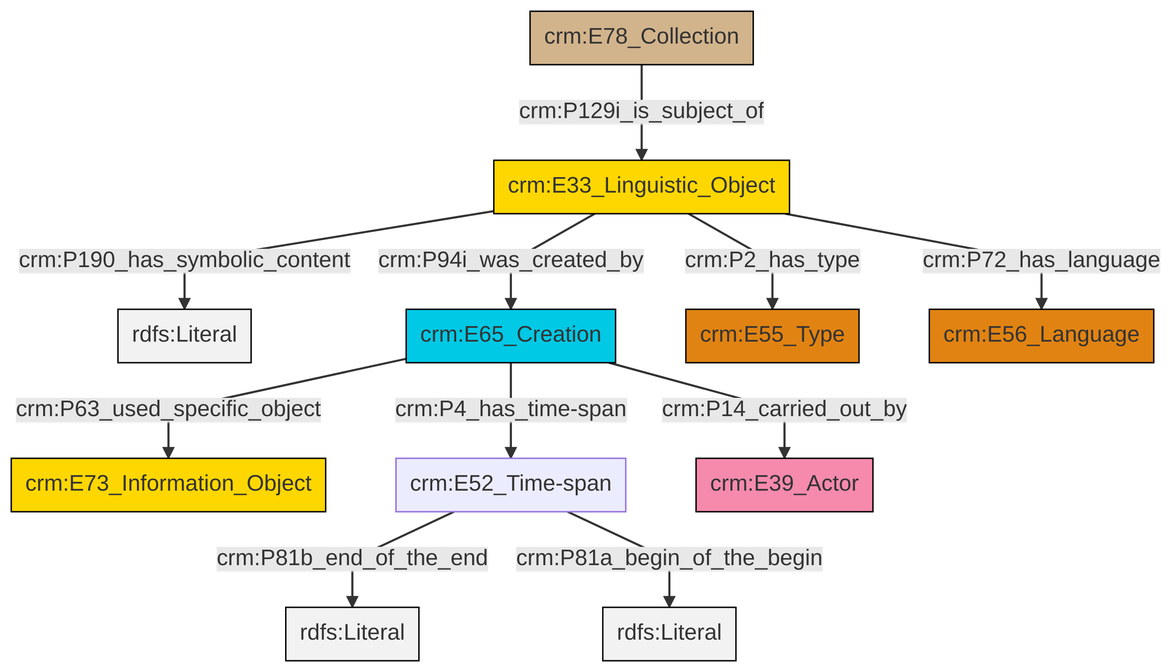
Before: et/archivalCSV/ttl/mmd/png/archival_desc.png, a diagram exported from Mermaid (swiss-art-research-net/docs.swissartresearch). Its source is kept beside it as et/archivalCSV/ttl/mmd/archival_desc.ttl.mmd.
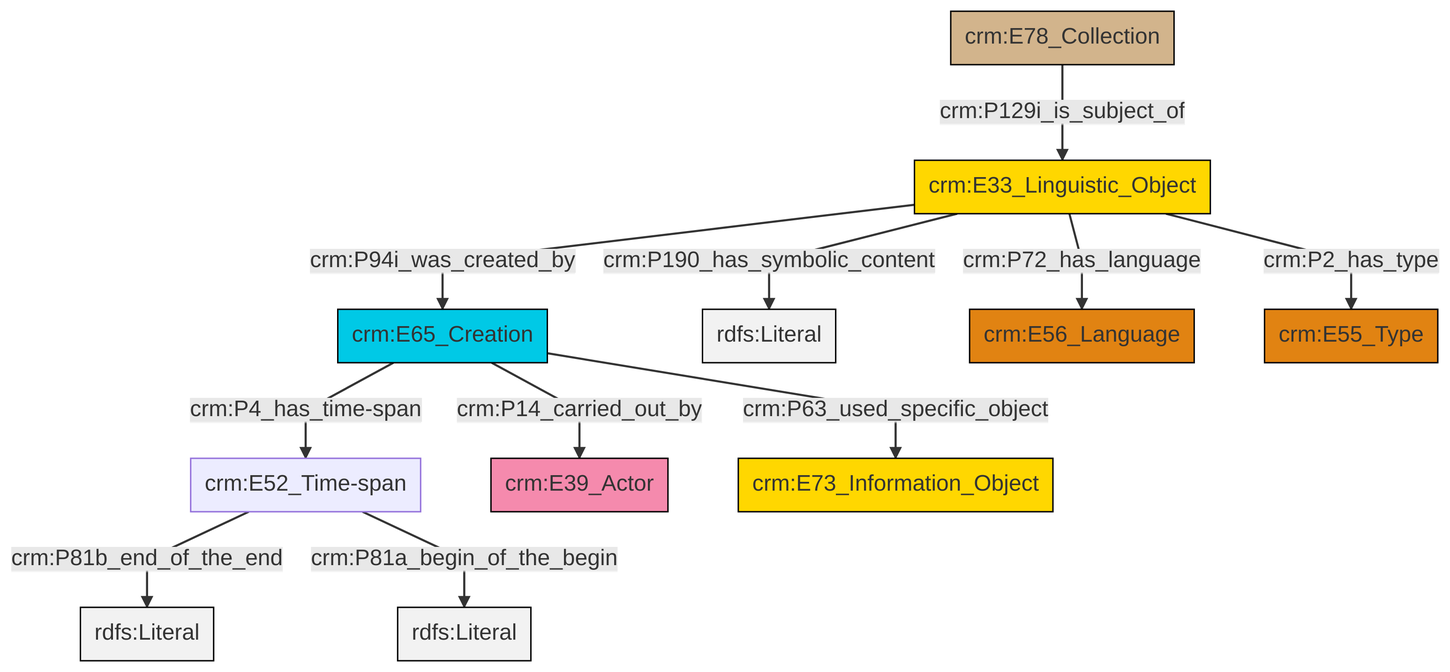
The same file after the commit.

Diff of the diagram source:
```diff
@@ -13,13 +13,13 @@
 classDef PC_Classes fill:#4ce600, stroke:#000000;
 classDef Multi fill:#cccccc,stroke:#000000;
 
-2["crm:E33_Linguistic_Object"]:::Conceptual_Object -->|crm:P190_has_symbolic_content| 3[rdfs:Literal]:::Literal
-4["crm:E65_Creation"]:::Temporal_Entity -->|crm:P63_used_specific_object| 5["crm:E73_Information_Object"]:::Conceptual_Object
-2["crm:E33_Linguistic_Object"]:::Conceptual_Object -->|crm:P2_has_type| 7["crm:E55_Type"]:::Type
-4["crm:E65_Creation"]:::Temporal_Entity -->|crm:P4_has_time-span| 8["crm:E52_Time-span"]:::Default
-8["crm:E52_Time-span"]:::Default -->|crm:P81b_end_of_the_end| 11[rdfs:Literal]:::Literal
-2["crm:E33_Linguistic_Object"]:::Conceptual_Object -->|crm:P72_has_language| 12["crm:E56_Language"]:::Type
-8["crm:E52_Time-span"]:::Default -->|crm:P81a_begin_of_the_begin| 16[rdfs:Literal]:::Literal
-2["crm:E33_Linguistic_Object"]:::Conceptual_Object -->|crm:P94i_was_created_by| 4["crm:E65_Creation"]:::Temporal_Entity
-4["crm:E65_Creation"]:::Temporal_Entity -->|crm:P14_carried_out_by| 17["crm:E39_Actor"]:::Actor
-0["crm:E78_Collection"]:::Physical_Thing -->|crm:P129i_is_subject_of| 2["crm:E33_Linguistic_Object"]:::Conceptual_Object
+0["crm:E65_Creation"]:::Temporal_Entity -->|crm:P4_has_time-span| 1["crm:E52_Time-span"]:::Default
+4["crm:E33_Linguistic_Object"]:::Conceptual_Object -->|crm:P190_has_symbolic_content| 6[rdfs:Literal]:::Literal
+4["crm:E33_Linguistic_Object"]:::Conceptual_Object -->|crm:P72_has_language| 7["crm:E56_Language"]:::Type
+1["crm:E52_Time-span"]:::Default -->|crm:P81b_end_of_the_end| 8[rdfs:Literal]:::Literal
+0["crm:E65_Creation"]:::Temporal_Entity -->|crm:P63_used_specific_object| 10["crm:E73_Information_Object"]:::Conceptual_Object
+4["crm:E33_Linguistic_Object"]:::Conceptual_Object -->|crm:P2_has_type| 13["crm:E55_Type"]:::Type
+1["crm:E52_Time-span"]:::Default -->|crm:P81a_begin_of_the_begin| 17[rdfs:Literal]:::Literal
+4["crm:E33_Linguistic_Object"]:::Conceptual_Object -->|crm:P94i_was_created_by| 0["crm:E65_Creation"]:::Temporal_Entity
+0["crm:E65_Creation"]:::Temporal_Entity -->|crm:P14_carried_out_by| 2["crm:E39_Actor"]:::Actor
+15["crm:E78_Collection"]:::Physical_Thing -->|crm:P129i_is_subject_of| 4["crm:E33_Linguistic_Object"]:::Conceptual_Object
```
